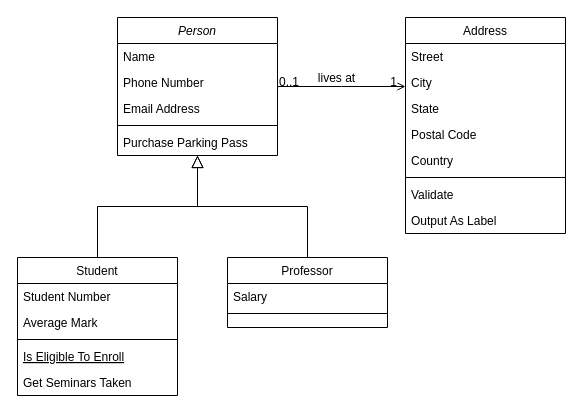
madlo5/madlo5 keeps this draw.io diagram as Namnlöst diagram.drawio. Above is the earlier version. Source tidied: cells renumbered, new cells numbered last; positions are measured from the earlier drawing's top-left corner, leaving out a move shared by most shapes. Both pictures are drawn from the tidied source at 100%, with x=0, y=0 at pixel (17, 17).
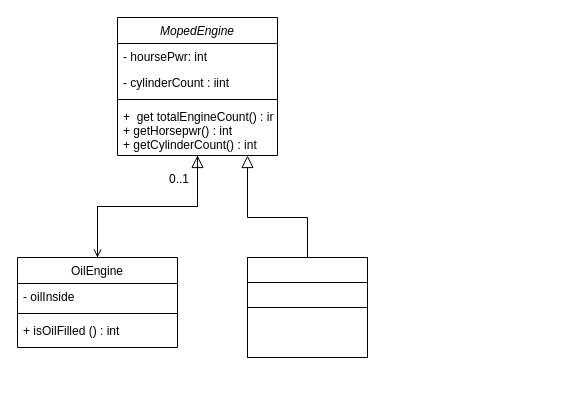
Above is the later version.

The change refers to these unchanged cells:
```xml
<mxCell id="28" style="endArrow=open;shadow=0;strokeWidth=1;rounded=0;endFill=1;edgeStyle=elbowEdgeStyle;elbow=vertical;" parent="1" edge="1" source="2" target="19">
  <mxGeometry x="0.5" y="41" relative="1" as="geometry">
    <mxPoint x="-40" y="32" as="offset" />
  </mxGeometry>
</mxCell>
```

What changed in the source:
```diff
@@
-    <mxCell id="2" value="Person" style="swimlane;fontStyle=2;align=center;verticalAlign=top;horizontal=1;startSize=26;rounded=0;shadow=0;strokeWidth=1;" parent="1" vertex="1">
+    <mxCell id="2" value="MopedEngine" style="swimlane;fontStyle=2;align=center;verticalAlign=top;horizontal=1;startSize=26;rounded=0;shadow=0;strokeWidth=1;" parent="1" vertex="1">
       <mxGeometry x="100" width="160" height="138" as="geometry" />
     </mxCell>
-    <mxCell id="3" value="Name" style="text;align=left;verticalAlign=top;spacingLeft=4;spacingRight=4;overflow=hidden;" parent="2" vertex="1">
+    <mxCell id="3" value="- hoursePwr: int" style="text;align=left;verticalAlign=top;spacingLeft=4;spacingRight=4;overflow=hidden;" parent="2" vertex="1">
       <mxGeometry y="26" width="160" height="26" as="geometry" />
     </mxCell>
-    <mxCell id="4" value="Phone Number" style="text;align=left;verticalAlign=top;spacingLeft=4;spacingRight=4;overflow=hidden;rounded=0;shadow=0;html=0;" parent="2" vertex="1">
+    <mxCell id="4" value="- cylinderCount : iint" style="text;align=left;verticalAlign=top;spacingLeft=4;spacingRight=4;overflow=hidden;rounded=0;shadow=0;html=0;" parent="2" vertex="1">
       <mxGeometry y="52" width="160" height="26" as="geometry" />
     </mxCell>
-    <mxCell id="5" value="Email Address" style="text;align=left;verticalAlign=top;spacingLeft=4;spacingRight=4;overflow=hidden;rounded=0;shadow=0;html=0;" parent="2" vertex="1">
-      <mxGeometry y="78" width="160" height="26" as="geometry" />
-    </mxCell>
     <mxCell id="6" style="line;html=1;strokeWidth=1;align=left;verticalAlign=middle;spacingTop=-1;spacingLeft=3;spacingRight=3;labelPosition=right;" parent="2" vertex="1">
-      <mxGeometry y="104" width="160" height="8" as="geometry" />
+      <mxGeometry y="78" width="160" height="8" as="geometry" />
     </mxCell>
-    <mxCell id="7" value="Purchase Parking Pass" style="text;align=left;verticalAlign=top;spacingLeft=4;spacingRight=4;overflow=hidden;" parent="2" vertex="1">
-      <mxGeometry y="112" width="160" height="26" as="geometry" />
+    <mxCell id="7" value="+  get totalEngineCount() : int&#10;+ getHorsepwr() : int&#10;+ getCylinderCount() : int" style="text;align=left;verticalAlign=top;spacingLeft=4;spacingRight=4;overflow=hidden;" parent="2" vertex="1">
+      <mxGeometry y="86" width="160" height="44" as="geometry" />
     </mxCell>
-    <mxCell id="8" value="Student" style="swimlane;fontStyle=0;align=center;verticalAlign=top;horizontal=1;startSize=26;rounded=0;shadow=0;strokeWidth=1;" parent="1" vertex="1">
-      <mxGeometry y="240" width="160" height="138" as="geometry" />
-    </mxCell>
-    <mxCell id="9" value="Student Number" style="text;align=left;verticalAlign=top;spacingLeft=4;spacingRight=4;overflow=hidden;" parent="8" vertex="1">
-      <mxGeometry y="26" width="160" height="26" as="geometry" />
-    </mxCell>
-    <mxCell id="10" value="Average Mark" style="text;align=left;verticalAlign=top;spacingLeft=4;spacingRight=4;overflow=hidden;rounded=0;shadow=0;html=0;" parent="8" vertex="1">
-      <mxGeometry y="52" width="160" height="26" as="geometry" />
-    </mxCell>
-    <mxCell id="11" style="line;html=1;strokeWidth=1;align=left;verticalAlign=middle;spacingTop=-1;spacingLeft=3;spacingRight=3;labelPosition=right;" parent="8" vertex="1">
-      <mxGeometry y="78" width="160" height="8" as="geometry" />
-    </mxCell>
-    <mxCell id="12" value="Is Eligible To Enroll" style="text;align=left;verticalAlign=top;spacingLeft=4;spacingRight=4;overflow=hidden;fontStyle=4;" parent="8" vertex="1">
-      <mxGeometry y="86" width="160" height="26" as="geometry" />
-    </mxCell>
-    <mxCell id="13" value="Get Seminars Taken" style="text;align=left;verticalAlign=top;spacingLeft=4;spacingRight=4;overflow=hidden;" parent="8" vertex="1">
-      <mxGeometry y="112" width="160" height="26" as="geometry" />
-    </mxCell>
-    <mxCell id="14" style="endArrow=block;endSize=10;endFill=0;shadow=0;strokeWidth=1;rounded=0;edgeStyle=elbowEdgeStyle;elbow=vertical;" parent="1" edge="1" source="8" target="2">
-      <mxGeometry relative="1" as="geometry" />
+    <mxCell id="14" style="endArrow=block;endSize=10;endFill=0;shadow=0;strokeWidth=1;rounded=0;edgeStyle=elbowEdgeStyle;elbow=vertical;" parent="1" edge="1" target="2">
+      <mxGeometry relative="1" as="geometry">
+        <mxPoint x="80" y="240" as="sourcePoint" />
+      </mxGeometry>
     </mxCell>
-    <mxCell id="15" value="Professor" style="swimlane;fontStyle=0;align=center;verticalAlign=top;horizontal=1;startSize=26;rounded=0;shadow=0;strokeWidth=1;" parent="1" vertex="1">
-      <mxGeometry x="210" y="240" width="160" height="70" as="geometry" />
-    </mxCell>
-    <mxCell id="16" value="Salary" style="text;align=left;verticalAlign=top;spacingLeft=4;spacingRight=4;overflow=hidden;" parent="15" vertex="1">
-      <mxGeometry y="26" width="160" height="26" as="geometry" />
-    </mxCell>
-    <mxCell id="17" style="line;html=1;strokeWidth=1;align=left;verticalAlign=middle;spacingTop=-1;spacingLeft=3;spacingRight=3;labelPosition=right;" parent="15" vertex="1">
-      <mxGeometry y="52" width="160" height="8" as="geometry" />
-    </mxCell>
-    <mxCell id="18" style="endArrow=block;endSize=10;endFill=0;shadow=0;strokeWidth=1;rounded=0;edgeStyle=elbowEdgeStyle;elbow=vertical;" parent="1" edge="1" source="15" target="2">
-      <mxGeometry relative="1" as="geometry" />
+    <mxCell id="18" style="endArrow=block;endSize=10;endFill=0;shadow=0;strokeWidth=1;rounded=0;edgeStyle=elbowEdgeStyle;elbow=vertical;" parent="1" edge="1" target="2">
+      <mxGeometry relative="1" as="geometry">
+        <mxPoint x="290" y="240" as="sourcePoint" />
+        <Array as="points">
+          <mxPoint x="230" y="200" />
+        </Array>
+      </mxGeometry>
     </mxCell>
-    <mxCell id="19" value="Address" style="swimlane;fontStyle=0;align=center;verticalAlign=top;horizontal=1;startSize=26;rounded=0;shadow=0;strokeWidth=1;" parent="1" vertex="1">
-      <mxGeometry x="388" width="160" height="216" as="geometry" />
+    <mxCell id="19" value="OilEngine" style="swimlane;fontStyle=0;align=center;verticalAlign=top;horizontal=1;startSize=26;rounded=0;shadow=0;strokeWidth=1;" parent="1" vertex="1">
+      <mxGeometry y="240" width="160" height="90" as="geometry" />
     </mxCell>
-    <mxCell id="20" value="Street" style="text;align=left;verticalAlign=top;spacingLeft=4;spacingRight=4;overflow=hidden;" parent="19" vertex="1">
+    <mxCell id="20" value="- oilInside" style="text;align=left;verticalAlign=top;spacingLeft=4;spacingRight=4;overflow=hidden;" parent="19" vertex="1">
       <mxGeometry y="26" width="160" height="26" as="geometry" />
     </mxCell>
-    <mxCell id="21" value="City" style="text;align=left;verticalAlign=top;spacingLeft=4;spacingRight=4;overflow=hidden;rounded=0;shadow=0;html=0;" parent="19" vertex="1">
-      <mxGeometry y="52" width="160" height="26" as="geometry" />
-    </mxCell>
-    <mxCell id="22" value="State" style="text;align=left;verticalAlign=top;spacingLeft=4;spacingRight=4;overflow=hidden;rounded=0;shadow=0;html=0;" parent="19" vertex="1">
-      <mxGeometry y="78" width="160" height="26" as="geometry" />
-    </mxCell>
-    <mxCell id="23" value="Postal Code" style="text;align=left;verticalAlign=top;spacingLeft=4;spacingRight=4;overflow=hidden;rounded=0;shadow=0;html=0;" parent="19" vertex="1">
-      <mxGeometry y="104" width="160" height="26" as="geometry" />
-    </mxCell>
-    <mxCell id="24" value="Country" style="text;align=left;verticalAlign=top;spacingLeft=4;spacingRight=4;overflow=hidden;rounded=0;shadow=0;html=0;" parent="19" vertex="1">
-      <mxGeometry y="130" width="160" height="26" as="geometry" />
-    </mxCell>
     <mxCell id="25" style="line;html=1;strokeWidth=1;align=left;verticalAlign=middle;spacingTop=-1;spacingLeft=3;spacingRight=3;labelPosition=right;" parent="19" vertex="1">
-      <mxGeometry y="156" width="160" height="8" as="geometry" />
+      <mxGeometry y="52" width="160" height="8" as="geometry" />
     </mxCell>
-    <mxCell id="26" value="Validate" style="text;align=left;verticalAlign=top;spacingLeft=4;spacingRight=4;overflow=hidden;" parent="19" vertex="1">
-      <mxGeometry y="164" width="160" height="26" as="geometry" />
+    <mxCell id="26" value="+ isOilFilled () : int" style="text;align=left;verticalAlign=top;spacingLeft=4;spacingRight=4;overflow=hidden;" parent="19" vertex="1">
+      <mxGeometry y="60" width="160" height="26" as="geometry" />
     </mxCell>
-    <mxCell id="27" value="Output As Label" style="text;align=left;verticalAlign=top;spacingLeft=4;spacingRight=4;overflow=hidden;" parent="19" vertex="1">
-      <mxGeometry y="190" width="160" height="26" as="geometry" />
-    </mxCell>
@@
     <mxCell id="29" value="0..1" style="align=left;verticalAlign=bottom;labelBackgroundColor=none;fontSize=12;" parent="28" vertex="1">
       <mxGeometry x="-1" relative="1" as="geometry">
-        <mxPoint y="4" as="offset" />
+        <mxPoint x="-30" y="32" as="offset" />
       </mxGeometry>
     </mxCell>
-    <mxCell id="30" value="1" style="align=right;verticalAlign=bottom;labelBackgroundColor=none;fontSize=12;" parent="28" vertex="1">
-      <mxGeometry x="1" relative="1" as="geometry">
-        <mxPoint x="-7" y="4" as="offset" />
-      </mxGeometry>
-    </mxCell>
-    <mxCell id="31" value="lives at" style="text;html=1;align=center;verticalAlign=middle;labelBackgroundColor=none;rounded=0;shadow=0;strokeWidth=1;fontSize=12;" parent="28" vertex="1">
-      <mxGeometry x="0.5" y="49" relative="1" as="geometry">
-        <mxPoint x="-38" y="40" as="offset" />
-      </mxGeometry>
-    </mxCell>
+    <mxCell id="32" style="rounded=0;whiteSpace=wrap;html=1;" parent="1" vertex="1">
+      <mxGeometry x="230" y="240" width="120" height="100" as="geometry" />
+    </mxCell>
+    <mxCell id="33" style="endArrow=none;html=1;rounded=0;exitX=0;exitY=0.5;exitDx=0;exitDy=0;entryX=1;entryY=0.5;entryDx=0;entryDy=0;" parent="1" edge="1" source="32" target="32">
+      <mxGeometry relative="1" as="geometry" />
+    </mxCell>
+    <mxCell id="34" style="endArrow=none;html=1;rounded=0;exitX=0;exitY=0.25;exitDx=0;exitDy=0;entryX=1;entryY=0.25;entryDx=0;entryDy=0;" parent="1" edge="1" source="32" target="32">
+      <mxGeometry relative="1" as="geometry" />
+    </mxCell>
```
